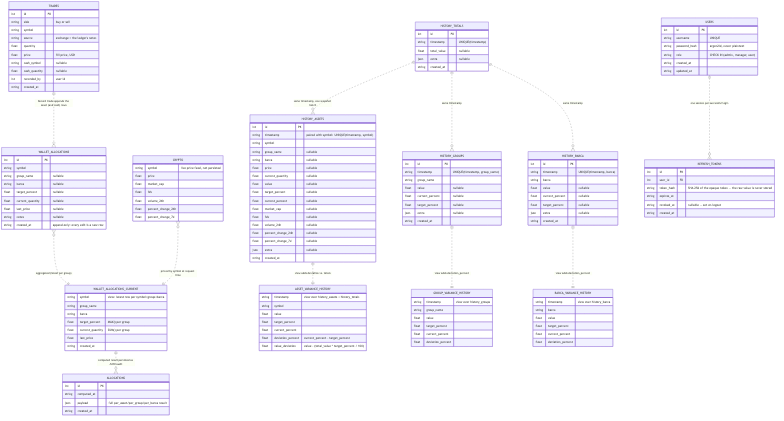
This is docs/data-model.png from rchau73/crypto_management, a Mermaid export, as it was before one commit. Its source is kept beside it as docs/data-model.mmd.
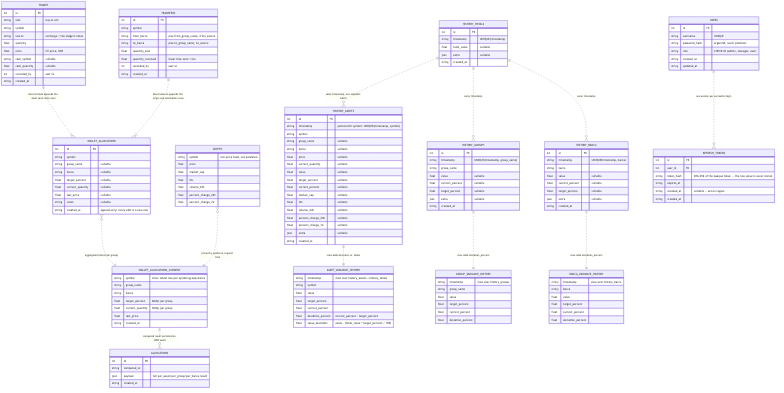
Later version of the same file.

Diff of the diagram source:
```diff
@@ -40,6 +40,17 @@
         float price "fill price, USD"
         string cash_symbol "nullable"
         float cash_quantity "nullable"
+        int recorded_by "user id"
+        string created_at
+    }
+
+    TRANSFERS {
+        int id PK
+        string symbol
+        string from_barca "plus from_group_name, from_source"
+        string to_barca "plus to_group_name, to_source"
+        float quantity_sent
+        float quantity_received "lower than sent = fee"
         int recorded_by "user id"
         string created_at
     }
@@ -149,6 +160,7 @@
 
     WALLET_ALLOCATIONS }o..|| WALLET_ALLOCATIONS_CURRENT : "aggregated (latest per group)"
     TRADES ||..|{ WALLET_ALLOCATIONS : "Record trade appends the asset (and cash) rows"
+    TRANSFERS ||..|{ WALLET_ALLOCATIONS : "Move balance appends the origin and destination rows"
     CRYPTO }o..|| WALLET_ALLOCATIONS_CURRENT : "priced by symbol at request time"
     WALLET_ALLOCATIONS_CURRENT ||..o{ ALLOCATIONS : "computed result persisted as JSON audit"
     HISTORY_TOTALS ||..o{ HISTORY_ASSETS : "same timestamp, one snapshot batch"
```
